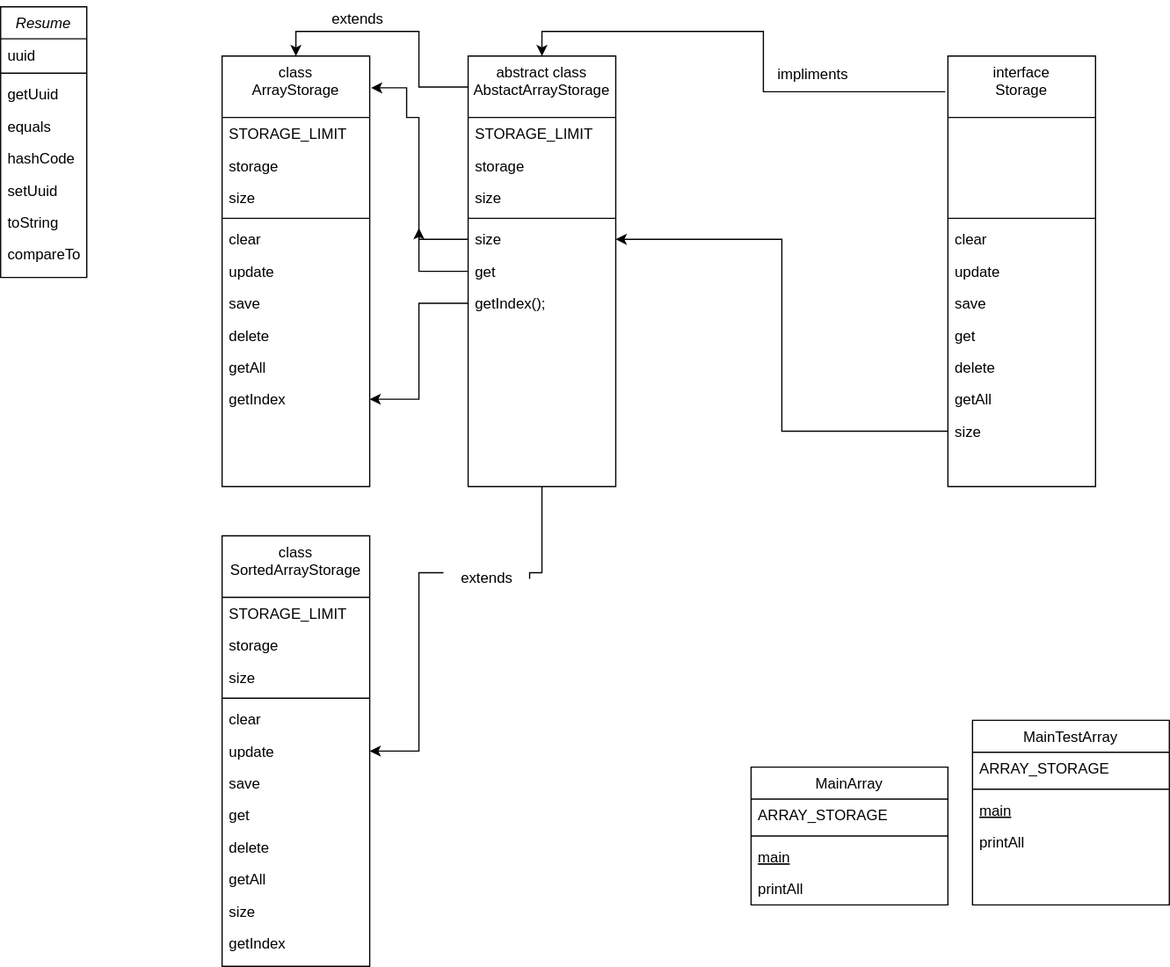
This is Диаграмма без названия.drawio.svg from darken321/diagrams, a draw.io export, as it was before one commit. Source tidied: cells renumbered, new cells last; positions are measured from the earlier drawing's top-left corner, leaving out a move shared by most shapes.
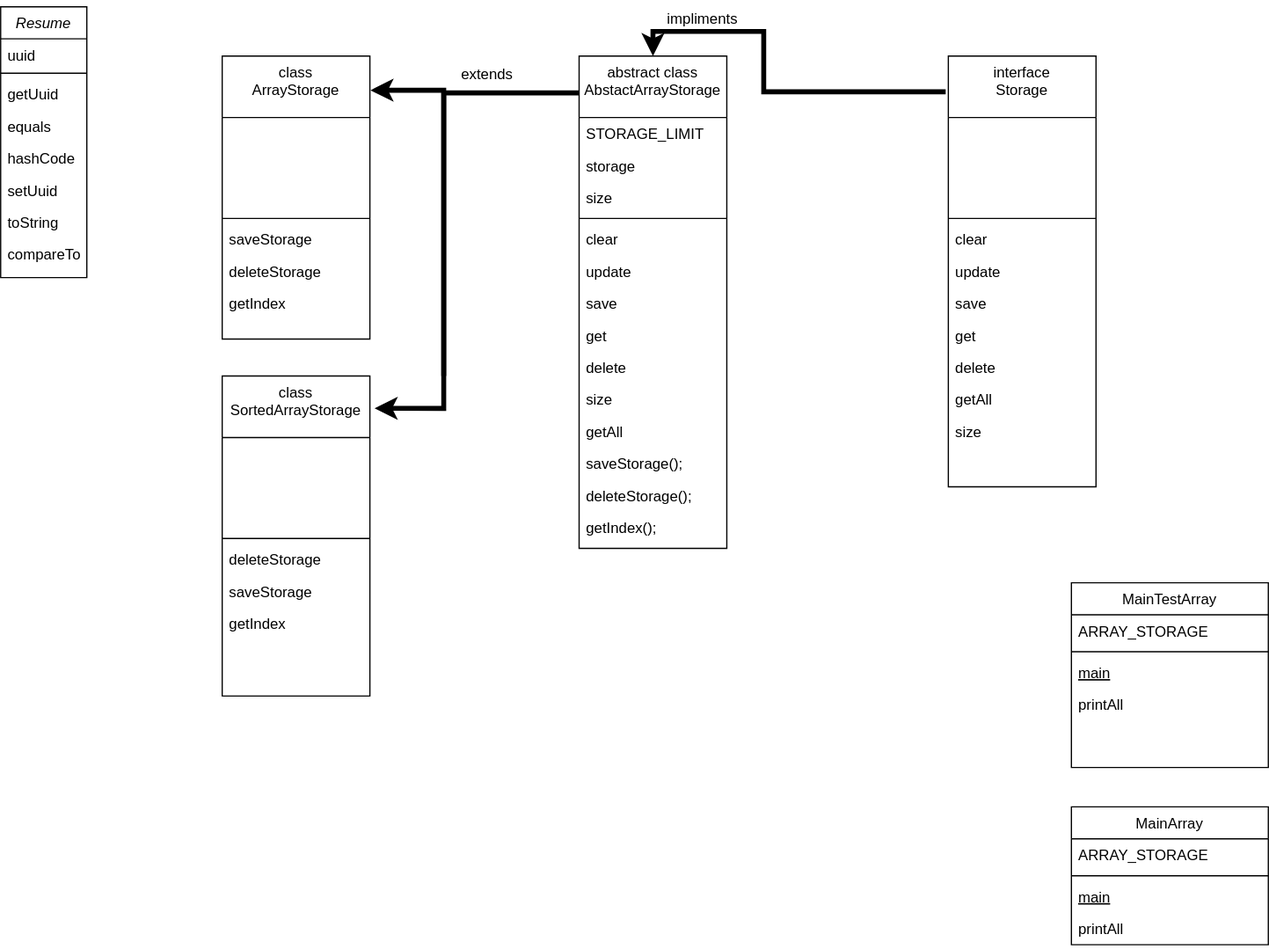
After the change.

What changed in the source:
```diff
@@ -30,7 +30,7 @@
       <mxGeometry y="188" width="70" height="26" as="geometry" />
     </mxCell>
     <mxCell id="11" value="MainArray" style="swimlane;fontStyle=0;align=center;verticalAlign=top;horizontal=1;startSize=26;rounded=0;shadow=0;strokeWidth=1;" parent="1" vertex="1">
-      <mxGeometry x="610" y="623" width="160" height="112" as="geometry" />
+      <mxGeometry x="870" y="655" width="160" height="112" as="geometry" />
     </mxCell>
     <mxCell id="12" value="ARRAY_STORAGE" style="text;align=left;verticalAlign=top;spacingLeft=4;spacingRight=4;overflow=hidden;" parent="11" vertex="1">
       <mxGeometry y="26" width="160" height="26" as="geometry" />
@@ -45,7 +45,7 @@
       <mxGeometry y="86" width="160" height="26" as="geometry" />
     </mxCell>
     <mxCell id="16" value="MainTestArray" style="swimlane;fontStyle=0;align=center;verticalAlign=top;horizontal=1;startSize=26;rounded=0;shadow=0;strokeWidth=1;" parent="1" vertex="1">
-      <mxGeometry x="790" y="585" width="160" height="150" as="geometry" />
+      <mxGeometry x="870" y="473" width="160" height="150" as="geometry" />
     </mxCell>
     <mxCell id="17" value="ARRAY_STORAGE" style="text;align=left;verticalAlign=top;spacingLeft=4;spacingRight=4;overflow=hidden;" parent="16" vertex="1">
       <mxGeometry y="26" width="160" height="26" as="geometry" />
@@ -60,61 +60,40 @@
       <mxGeometry y="86" width="160" height="26" as="geometry" />
     </mxCell>
     <mxCell id="21" value="class&#10;ArrayStorage" style="swimlane;fontStyle=0;align=center;verticalAlign=top;horizontal=1;startSize=50;rounded=0;shadow=0;strokeWidth=1;" parent="1" vertex="1">
-      <mxGeometry x="180" y="45" width="120" height="350" as="geometry" />
+      <mxGeometry x="180" y="45" width="120" height="230" as="geometry" />
     </mxCell>
-    <mxCell id="22" value="STORAGE_LIMIT" style="text;align=left;verticalAlign=top;spacingLeft=4;spacingRight=4;overflow=hidden;" parent="21" vertex="1">
+    <mxCell id="22" value=" " style="text;align=left;verticalAlign=top;spacingLeft=4;spacingRight=4;overflow=hidden;" parent="21" vertex="1">
       <mxGeometry y="50" width="120" height="26" as="geometry" />
     </mxCell>
-    <mxCell id="23" value="storage" style="text;align=left;verticalAlign=top;spacingLeft=4;spacingRight=4;overflow=hidden;rounded=0;shadow=0;html=0;" parent="21" vertex="1">
+    <mxCell id="23" value=" " style="text;align=left;verticalAlign=top;spacingLeft=4;spacingRight=4;overflow=hidden;rounded=0;shadow=0;html=0;" parent="21" vertex="1">
       <mxGeometry y="76" width="120" height="26" as="geometry" />
     </mxCell>
-    <mxCell id="24" value="size" style="text;align=left;verticalAlign=top;spacingLeft=4;spacingRight=4;overflow=hidden;rounded=0;shadow=0;html=0;" parent="21" vertex="1">
+    <mxCell id="24" value=" " style="text;align=left;verticalAlign=top;spacingLeft=4;spacingRight=4;overflow=hidden;rounded=0;shadow=0;html=0;" parent="21" vertex="1">
       <mxGeometry y="102" width="120" height="26" as="geometry" />
     </mxCell>
     <mxCell id="25" style="line;html=1;strokeWidth=1;align=left;verticalAlign=middle;spacingTop=-1;spacingLeft=3;spacingRight=3;labelPosition=right;" parent="21" vertex="1">
       <mxGeometry y="128" width="120" height="8" as="geometry" />
     </mxCell>
-    <mxCell id="26" value="clear" style="text;align=left;verticalAlign=top;spacingLeft=4;spacingRight=4;overflow=hidden;" parent="21" vertex="1">
-      <mxGeometry y="136" width="120" height="26" as="geometry" />
-    </mxCell>
-    <mxCell id="27" value="update" style="text;align=left;verticalAlign=top;spacingLeft=4;spacingRight=4;overflow=hidden;" parent="21" vertex="1">
-      <mxGeometry y="162" width="120" height="26" as="geometry" />
-    </mxCell>
-    <mxCell id="28" value="save" style="text;align=left;verticalAlign=top;spacingLeft=4;spacingRight=4;overflow=hidden;" parent="21" vertex="1">
-      <mxGeometry y="188" width="120" height="26" as="geometry" />
-    </mxCell>
-    <mxCell id="29" value="delete" style="text;align=left;verticalAlign=top;spacingLeft=4;spacingRight=4;overflow=hidden;" parent="21" vertex="1">
-      <mxGeometry y="214" width="120" height="26" as="geometry" />
-    </mxCell>
-    <mxCell id="30" value="getAll" style="text;align=left;verticalAlign=top;spacingLeft=4;spacingRight=4;overflow=hidden;" parent="21" vertex="1">
-      <mxGeometry y="240" width="120" height="26" as="geometry" />
-    </mxCell>
+    <mxCell id="76" value="saveStorage" style="text;align=left;verticalAlign=top;spacingLeft=4;spacingRight=4;overflow=hidden;" parent="21" vertex="1">
+      <mxGeometry y="136" width="120" height="26" as="geometry" />
+    </mxCell>
+    <mxCell id="77" value="deleteStorage" style="text;align=left;verticalAlign=top;spacingLeft=4;spacingRight=4;overflow=hidden;" parent="21" vertex="1">
+      <mxGeometry y="162" width="120" height="26" as="geometry" />
+    </mxCell>
     <mxCell id="31" value="getIndex" style="text;align=left;verticalAlign=top;spacingLeft=4;spacingRight=4;overflow=hidden;points=[[0,0.5],[1,0.5]];portConstraint=eastwest;" parent="21" vertex="1">
-      <mxGeometry y="266" width="120" height="26" as="geometry" />
+      <mxGeometry y="188" width="120" height="26" as="geometry" />
     </mxCell>
-    <mxCell id="32" style="edgeStyle=orthogonalEdgeStyle;rounded=0;jettySize=auto;html=1;entryX=0.5;entryY=0;entryDx=0;entryDy=0;exitX=0.011;exitY=0.072;exitDx=0;exitDy=0;exitPerimeter=0;" parent="1" edge="1" source="35" target="21">
-      <mxGeometry relative="1" as="geometry" />
-    </mxCell>
-    <mxCell id="33" style="edgeStyle=orthogonalEdgeStyle;rounded=0;jettySize=auto;html=1;exitX=0;exitY=0.5;exitDx=0;exitDy=0;entryX=1.01;entryY=0.074;entryDx=0;entryDy=0;entryPerimeter=0;" parent="1" edge="1" source="40" target="21">
-      <mxGeometry relative="1" as="geometry">
-        <Array as="points">
-          <mxPoint x="340" y="194" />
-          <mxPoint x="340" y="95" />
-          <mxPoint x="330" y="95" />
-          <mxPoint x="330" y="71" />
-        </Array>
-      </mxGeometry>
-    </mxCell>
-    <mxCell id="34" style="edgeStyle=orthogonalEdgeStyle;rounded=0;jettySize=auto;html=1;entryX=1;entryY=0.5;entryDx=0;entryDy=0;startArrow=none;" parent="1" edge="1" source="74" target="56">
-      <mxGeometry relative="1" as="geometry">
-        <Array as="points">
-          <mxPoint x="340" y="465" />
-          <mxPoint x="340" y="610" />
-        </Array>
-      </mxGeometry>
-    </mxCell>
+    <mxCell id="78" style="edgeStyle=orthogonalEdgeStyle;rounded=0;jettySize=auto;html=1;strokeWidth=4;entryX=1.032;entryY=0.101;entryDx=0;entryDy=0;entryPerimeter=0;" parent="1" edge="1" target="56">
+      <mxGeometry relative="1" as="geometry">
+        <mxPoint x="470" y="75" as="sourcePoint" />
+        <Array as="points">
+          <mxPoint x="360" y="75" />
+          <mxPoint x="360" y="331" />
+        </Array>
+      </mxGeometry>
+    </mxCell>
     <mxCell id="35" value="abstract class&#10;AbstactArrayStorage" style="swimlane;fontStyle=0;align=center;verticalAlign=top;horizontal=1;startSize=50;rounded=0;shadow=0;strokeWidth=1;" parent="1" vertex="1">
-      <mxGeometry x="380" y="45" width="120" height="350" as="geometry" />
+      <mxGeometry x="470" y="45" width="120" height="400" as="geometry" />
     </mxCell>
     <mxCell id="36" value="STORAGE_LIMIT" style="text;align=left;verticalAlign=top;spacingLeft=4;spacingRight=4;overflow=hidden;" parent="35" vertex="1">
       <mxGeometry y="50" width="120" height="26" as="geometry" />
@@ -128,21 +107,42 @@
     <mxCell id="39" style="line;html=1;strokeWidth=1;align=left;verticalAlign=middle;spacingTop=-1;spacingLeft=3;spacingRight=3;labelPosition=right;" parent="35" vertex="1">
       <mxGeometry y="128" width="120" height="8" as="geometry" />
     </mxCell>
+    <mxCell id="26" value="clear" style="text;align=left;verticalAlign=top;spacingLeft=4;spacingRight=4;overflow=hidden;" parent="35" vertex="1">
+      <mxGeometry y="136" width="120" height="26" as="geometry" />
+    </mxCell>
+    <mxCell id="27" value="update" style="text;align=left;verticalAlign=top;spacingLeft=4;spacingRight=4;overflow=hidden;" parent="35" vertex="1">
+      <mxGeometry y="162" width="120" height="26" as="geometry" />
+    </mxCell>
+    <mxCell id="28" value="save" style="text;align=left;verticalAlign=top;spacingLeft=4;spacingRight=4;overflow=hidden;" parent="35" vertex="1">
+      <mxGeometry y="188" width="120" height="26" as="geometry" />
+    </mxCell>
+    <mxCell id="41" value="get" style="text;align=left;verticalAlign=top;spacingLeft=4;spacingRight=4;overflow=hidden;points=[[0,0.5],[1,0.5]];portConstraint=eastwest;" parent="35" vertex="1">
+      <mxGeometry y="214" width="120" height="26" as="geometry" />
+    </mxCell>
+    <mxCell id="29" value="delete" style="text;align=left;verticalAlign=top;spacingLeft=4;spacingRight=4;overflow=hidden;" parent="35" vertex="1">
+      <mxGeometry y="240" width="120" height="26" as="geometry" />
+    </mxCell>
     <mxCell id="40" value="size" style="text;align=left;verticalAlign=top;spacingLeft=4;spacingRight=4;overflow=hidden;points=[[0,0.5],[1,0.5]];portConstraint=eastwest;" parent="35" vertex="1">
-      <mxGeometry y="136" width="120" height="26" as="geometry" />
+      <mxGeometry y="266" width="120" height="26" as="geometry" />
     </mxCell>
-    <mxCell id="41" value="get" style="text;align=left;verticalAlign=top;spacingLeft=4;spacingRight=4;overflow=hidden;points=[[0,0.5],[1,0.5]];portConstraint=eastwest;" parent="35" vertex="1">
-      <mxGeometry y="162" width="120" height="26" as="geometry" />
-    </mxCell>
+    <mxCell id="30" value="getAll" style="text;align=left;verticalAlign=top;spacingLeft=4;spacingRight=4;overflow=hidden;" parent="35" vertex="1">
+      <mxGeometry y="292" width="120" height="26" as="geometry" />
+    </mxCell>
+    <mxCell id="79" value="saveStorage();" style="text;align=left;verticalAlign=top;spacingLeft=4;spacingRight=4;overflow=hidden;" parent="35" vertex="1">
+      <mxGeometry y="318" width="120" height="26" as="geometry" />
+    </mxCell>
+    <mxCell id="80" value="deleteStorage();" style="text;align=left;verticalAlign=top;spacingLeft=4;spacingRight=4;overflow=hidden;" parent="35" vertex="1">
+      <mxGeometry y="344" width="120" height="26" as="geometry" />
+    </mxCell>
     <mxCell id="42" value="getIndex();" style="text;align=left;verticalAlign=top;spacingLeft=4;spacingRight=4;overflow=hidden;points=[[0,0.5],[1,0.5]];portConstraint=eastwest;" parent="35" vertex="1">
-      <mxGeometry y="188" width="120" height="26" as="geometry" />
+      <mxGeometry y="370" width="120" height="26" as="geometry" />
     </mxCell>
-    <mxCell id="43" style="edgeStyle=orthogonalEdgeStyle;rounded=0;jettySize=auto;html=1;entryX=0.5;entryY=0;entryDx=0;entryDy=0;exitX=-0.018;exitY=0.083;exitDx=0;exitDy=0;exitPerimeter=0;" parent="1" edge="1" source="44" target="35">
+    <mxCell id="43" style="edgeStyle=orthogonalEdgeStyle;rounded=0;jettySize=auto;html=1;entryX=0.5;entryY=0;entryDx=0;entryDy=0;exitX=-0.018;exitY=0.083;exitDx=0;exitDy=0;exitPerimeter=0;strokeWidth=4;" parent="1" edge="1" source="44" target="35">
       <mxGeometry relative="1" as="geometry">
         <Array as="points">
           <mxPoint x="620" y="74" />
           <mxPoint x="620" y="25" />
-          <mxPoint x="440" y="25" />
+          <mxPoint x="530" y="25" />
         </Array>
       </mxGeometry>
     </mxCell>
@@ -183,70 +183,43 @@
       <mxGeometry y="292" width="120" height="26" as="geometry" />
     </mxCell>
     <mxCell id="56" value="class&#10;SortedArrayStorage" style="swimlane;fontStyle=0;align=center;verticalAlign=top;horizontal=1;startSize=50;rounded=0;shadow=0;strokeWidth=1;" parent="1" vertex="1">
-      <mxGeometry x="180" y="435" width="120" height="350" as="geometry" />
+      <mxGeometry x="180" y="305" width="120" height="260" as="geometry" />
     </mxCell>
-    <mxCell id="57" value="STORAGE_LIMIT" style="text;align=left;verticalAlign=top;spacingLeft=4;spacingRight=4;overflow=hidden;" parent="56" vertex="1">
-      <mxGeometry y="50" width="120" height="26" as="geometry" />
-    </mxCell>
-    <mxCell id="58" value="storage" style="text;align=left;verticalAlign=top;spacingLeft=4;spacingRight=4;overflow=hidden;rounded=0;shadow=0;html=0;" parent="56" vertex="1">
-      <mxGeometry y="76" width="120" height="26" as="geometry" />
-    </mxCell>
-    <mxCell id="59" value="size" style="text;align=left;verticalAlign=top;spacingLeft=4;spacingRight=4;overflow=hidden;rounded=0;shadow=0;html=0;" parent="56" vertex="1">
-      <mxGeometry y="102" width="120" height="26" as="geometry" />
+    <mxCell id="59" value=" " style="text;align=left;verticalAlign=top;spacingLeft=4;spacingRight=4;overflow=hidden;rounded=0;shadow=0;html=0;" parent="56" vertex="1">
+      <mxGeometry y="50" width="120" height="26" as="geometry" />
     </mxCell>
+    <mxCell id="81" value=" " style="text;align=left;verticalAlign=top;spacingLeft=4;spacingRight=4;overflow=hidden;rounded=0;shadow=0;html=0;" parent="56" vertex="1">
+      <mxGeometry y="76" width="120" height="26" as="geometry" />
+    </mxCell>
+    <mxCell id="82" value=" " style="text;align=left;verticalAlign=top;spacingLeft=4;spacingRight=4;overflow=hidden;rounded=0;shadow=0;html=0;" parent="56" vertex="1">
+      <mxGeometry y="102" width="120" height="26" as="geometry" />
+    </mxCell>
     <mxCell id="60" style="line;html=1;strokeWidth=1;align=left;verticalAlign=middle;spacingTop=-1;spacingLeft=3;spacingRight=3;labelPosition=right;" parent="56" vertex="1">
       <mxGeometry y="128" width="120" height="8" as="geometry" />
     </mxCell>
-    <mxCell id="61" value="clear" style="text;align=left;verticalAlign=top;spacingLeft=4;spacingRight=4;overflow=hidden;" parent="56" vertex="1">
-      <mxGeometry y="136" width="120" height="26" as="geometry" />
-    </mxCell>
-    <mxCell id="62" value="update" style="text;align=left;verticalAlign=top;spacingLeft=4;spacingRight=4;overflow=hidden;" parent="56" vertex="1">
-      <mxGeometry y="162" width="120" height="26" as="geometry" />
-    </mxCell>
-    <mxCell id="63" value="save" style="text;align=left;verticalAlign=top;spacingLeft=4;spacingRight=4;overflow=hidden;" parent="56" vertex="1">
-      <mxGeometry y="188" width="120" height="26" as="geometry" />
-    </mxCell>
-    <mxCell id="64" value="get" style="text;align=left;verticalAlign=top;spacingLeft=4;spacingRight=4;overflow=hidden;" parent="56" vertex="1">
-      <mxGeometry y="214" width="120" height="26" as="geometry" />
-    </mxCell>
-    <mxCell id="65" value="delete" style="text;align=left;verticalAlign=top;spacingLeft=4;spacingRight=4;overflow=hidden;" parent="56" vertex="1">
-      <mxGeometry y="240" width="120" height="26" as="geometry" />
-    </mxCell>
-    <mxCell id="66" value="getAll" style="text;align=left;verticalAlign=top;spacingLeft=4;spacingRight=4;overflow=hidden;" parent="56" vertex="1">
-      <mxGeometry y="266" width="120" height="26" as="geometry" />
-    </mxCell>
-    <mxCell id="67" value="size" style="text;align=left;verticalAlign=top;spacingLeft=4;spacingRight=4;overflow=hidden;" parent="56" vertex="1">
-      <mxGeometry y="292" width="120" height="26" as="geometry" />
-    </mxCell>
+    <mxCell id="83" value="deleteStorage" style="text;align=left;verticalAlign=top;spacingLeft=4;spacingRight=4;overflow=hidden;" parent="56" vertex="1">
+      <mxGeometry y="136" width="120" height="26" as="geometry" />
+    </mxCell>
+    <mxCell id="84" value="saveStorage" style="text;align=left;verticalAlign=top;spacingLeft=4;spacingRight=4;overflow=hidden;" parent="56" vertex="1">
+      <mxGeometry y="162" width="120" height="26" as="geometry" />
+    </mxCell>
     <mxCell id="68" value="getIndex" style="text;align=left;verticalAlign=top;spacingLeft=4;spacingRight=4;overflow=hidden;" parent="56" vertex="1">
-      <mxGeometry y="318" width="120" height="26" as="geometry" />
+      <mxGeometry y="188" width="120" height="26" as="geometry" />
     </mxCell>
     <mxCell id="69" value="extends" style="text;html=1;align=center;verticalAlign=middle;strokeColor=none;fillColor=none;" parent="1" vertex="1">
-      <mxGeometry x="255" width="70" height="30" as="geometry" />
+      <mxGeometry x="360" y="45" width="70" height="30" as="geometry" />
     </mxCell>
-    <mxCell id="70" style="edgeStyle=orthogonalEdgeStyle;rounded=0;jettySize=auto;html=1;entryX=1;entryY=0.5;entryDx=0;entryDy=0;" parent="1" edge="1" source="55" target="40">
-      <mxGeometry relative="1" as="geometry" />
-    </mxCell>
-    <mxCell id="71" style="edgeStyle=orthogonalEdgeStyle;rounded=0;jettySize=auto;html=1;" parent="1" edge="1" source="42" target="31">
-      <mxGeometry relative="1" as="geometry" />
-    </mxCell>
-    <mxCell id="72" style="edgeStyle=orthogonalEdgeStyle;rounded=0;jettySize=auto;html=1;" parent="1" edge="1" source="41">
-      <mxGeometry relative="1" as="geometry">
-        <mxPoint x="340" y="185" as="targetPoint" />
-      </mxGeometry>
-    </mxCell>
     <mxCell id="73" value="impliments" style="text;html=1;align=center;verticalAlign=middle;strokeColor=none;fillColor=none;" parent="1" vertex="1">
-      <mxGeometry x="620" y="45" width="80" height="30" as="geometry" />
+      <mxGeometry x="530" width="80" height="30" as="geometry" />
     </mxCell>
-    <mxCell id="74" value="extends" style="text;html=1;align=center;verticalAlign=middle;points=[];strokeColor=none;fillColor=none;" parent="1" vertex="1">
-      <mxGeometry x="360" y="455" width="70" height="30" as="geometry" />
-    </mxCell>
-    <mxCell id="75" style="edgeStyle=orthogonalEdgeStyle;rounded=0;jettySize=auto;html=1;entryX=1;entryY=0.5;entryDx=0;entryDy=0;endArrow=none;" parent="1" edge="1" source="35" target="74">
-      <mxGeometry relative="1" as="geometry">
-        <Array as="points">
-          <mxPoint x="440" y="465" />
-        </Array>
-      </mxGeometry>
-    </mxCell>
+    <mxCell id="85" style="edgeStyle=orthogonalEdgeStyle;rounded=0;jettySize=auto;html=1;entryX=1.004;entryY=0.121;entryDx=0;entryDy=0;entryPerimeter=0;strokeWidth=4;" parent="1" edge="1" target="21">
+      <mxGeometry relative="1" as="geometry">
+        <mxPoint x="360" y="305" as="sourcePoint" />
+        <Array as="points">
+          <mxPoint x="360" y="245" />
+          <mxPoint x="360" y="73" />
+        </Array>
+      </mxGeometry>
+    </mxCell>
   </root>
 </mxGraphModel>
```
